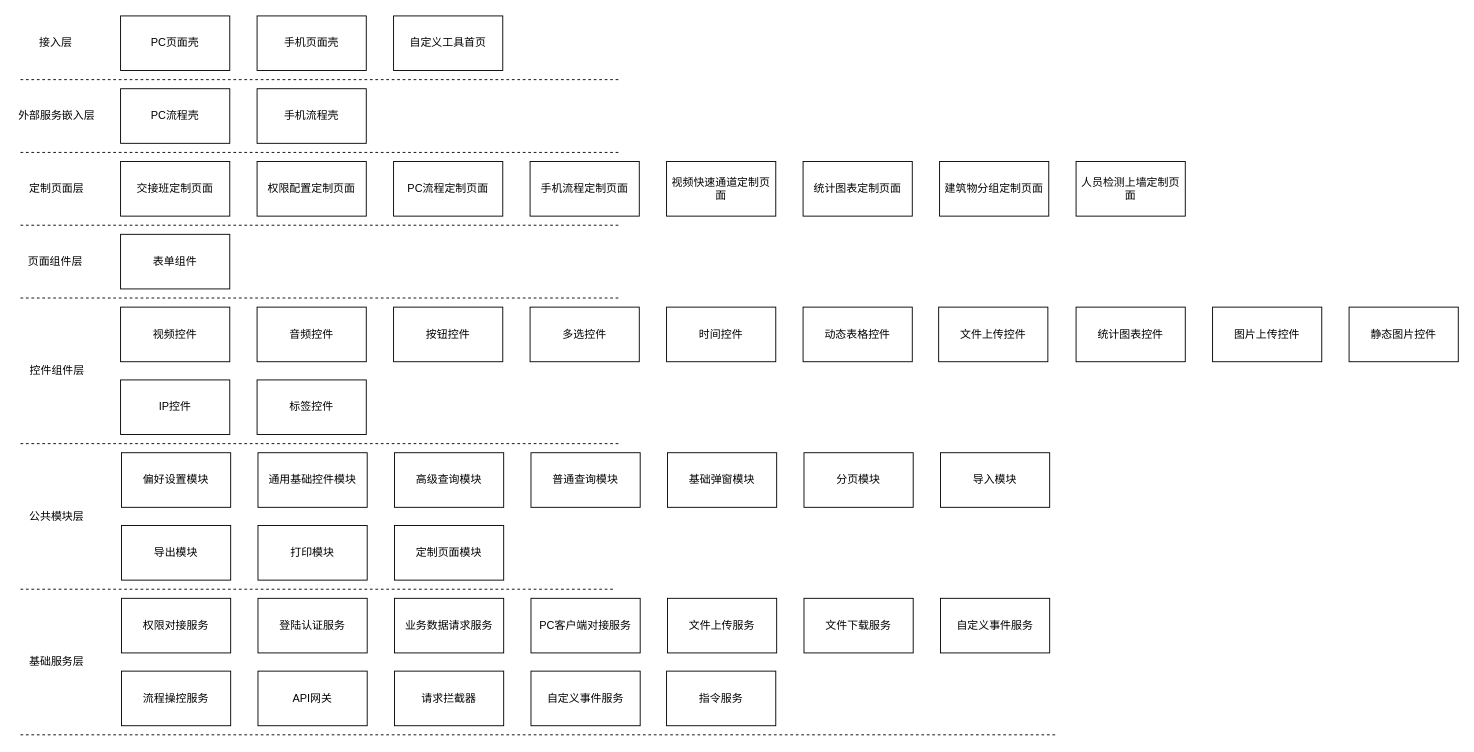
Earlier version of the draw.io diagram page "Page-1" (1 of 2) of 页面UI组件实例服务模块.drawio (asling/my-umls). Source tidied: cells renumbered, new cells numbered last; positions are measured from the earlier drawing's top-left corner, leaving out a move shared by most shapes. Both pictures are drawn from the tidied source at 91%, with x=0, y=0 at pixel (15, 15).
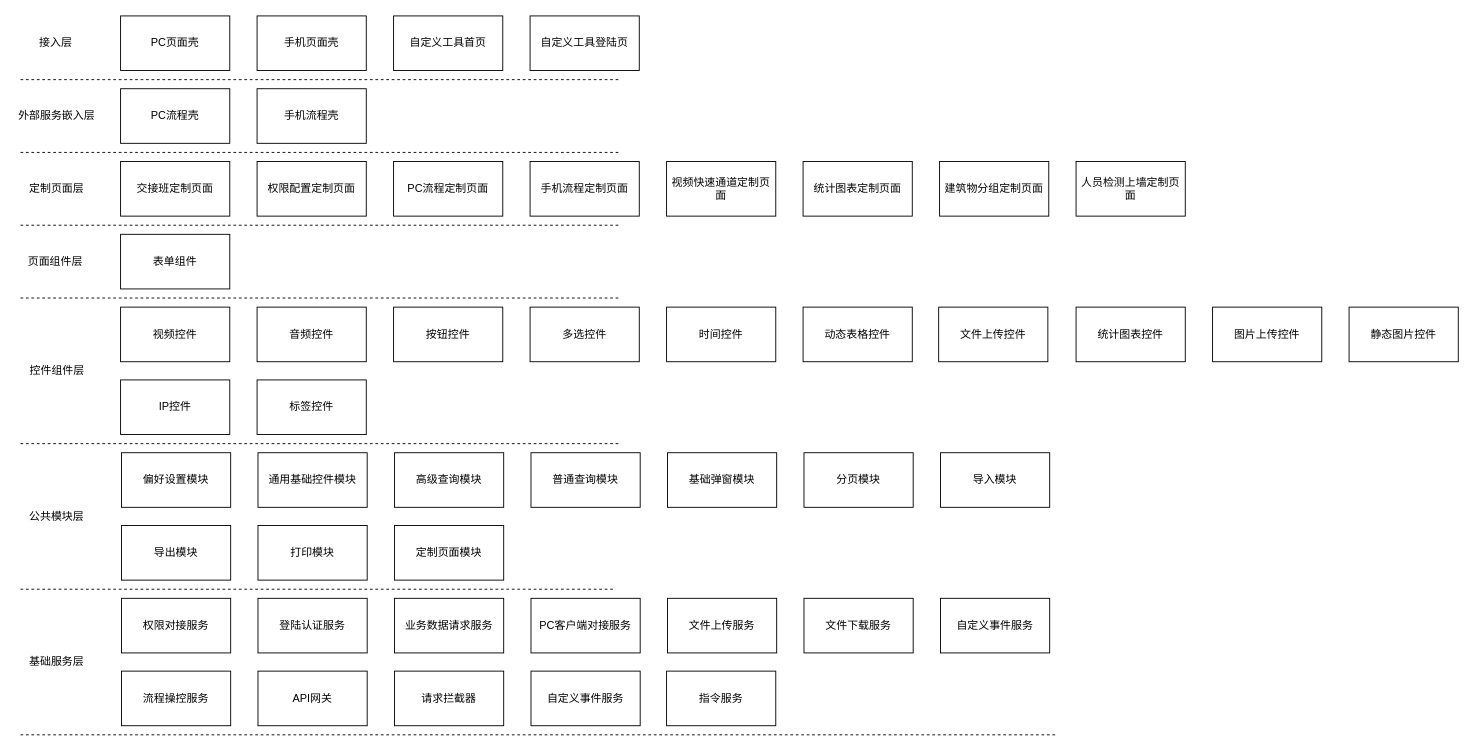
After the change.

Commit message:
Update 页面UI组件实例服务模块.drawio

Change to the diagram source:
```diff
@@
+    <mxCell id="64" value="自定义工具登陆页" style="rounded=0;whiteSpace=wrap;html=1;" parent="1" vertex="1">
+      <mxGeometry x="565" width="120" height="60" as="geometry" />
+    </mxCell>
```
